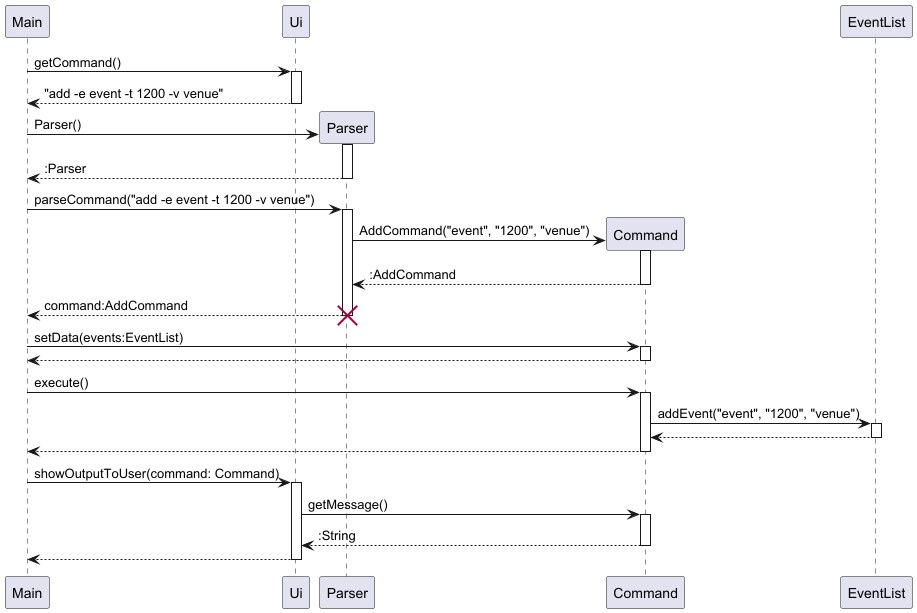
The PlantUML diagram docs/images/ArchitectureSequenceDiagram.png in nus-cs2113-AY2425S1/tp, before a commit.
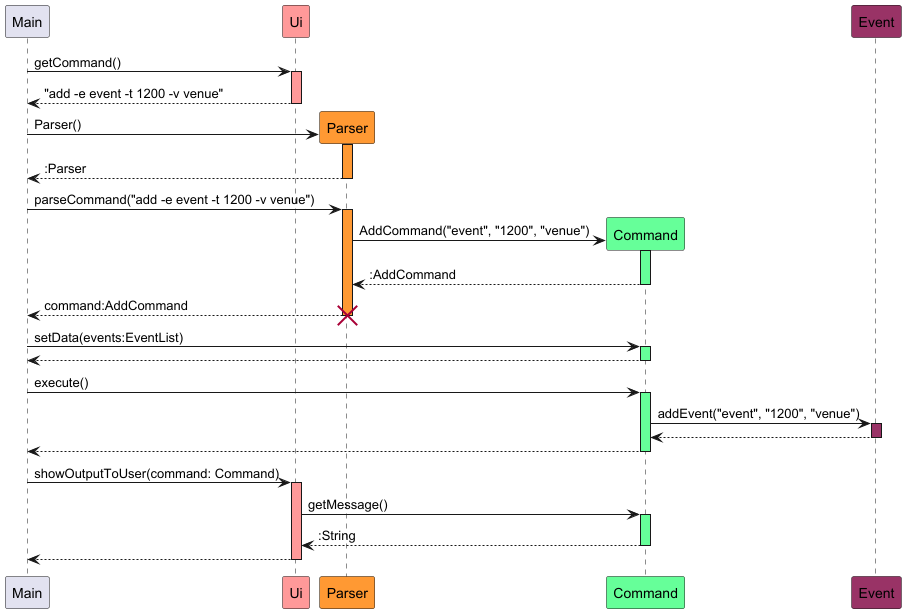
Later version of the same file.

Commit message:
Add style colours to overall sequence diagram

Change to the diagram source:
```diff
@@ -1,28 +1,29 @@
 @startuml
+!include style.puml
 
 Participant "Main" as main
-Participant "Ui" as ui
-Participant "Parser" as parser
-Participant "Command" as command
-Participant "EventList" as eventList
+Participant "Ui" as ui UI_COLOUR
+Participant "Parser" as parser PARSER_COLOUR
+Participant "Command" as command COMMAND_COLOUR
+Participant "Event" as event EVENT_COLOUR
 
 main -> ui : getCommand()
-activate ui
+activate ui UI_COLOUR
 ui --> main : "add -e event -t 1200 -v venue"
 deactivate ui
 
 create parser
 main -> parser : Parser()
-activate parser
+activate parser PARSER_COLOUR
 parser --> main : :Parser
 deactivate parser
 
 main -> parser : parseCommand("add -e event -t 1200 -v venue")
-activate parser
+activate parser PARSER_COLOUR
 
 create command
 parser -> command : AddCommand("event", "1200", "venue")
-activate command
+activate command COMMAND_COLOUR
 command --> parser : :AddCommand
 deactivate command
 
@@ -31,26 +32,26 @@
 destroy parser
 
 main -> command : setData(events:EventList)
-activate command
+activate command COMMAND_COLOUR
 command --> main
 deactivate command
 
 main -> command : execute()
-activate command
+activate command COMMAND_COLOUR
 
-command -> eventList : addEvent("event", "1200", "venue")
-activate eventList
-eventList --> command
-deactivate eventList
+command -> event : addEvent("event", "1200", "venue")
+activate event EVENT_COLOUR
+event --> command
+deactivate event
 
 command --> main
 deactivate command
 
 main -> ui : showOutputToUser(command: Command)
-activate ui
+activate ui UI_COLOUR
 
 ui -> command : getMessage()
-activate command
+activate command COMMAND_COLOUR
 
 command --> ui : :String
 deactivate command
```
